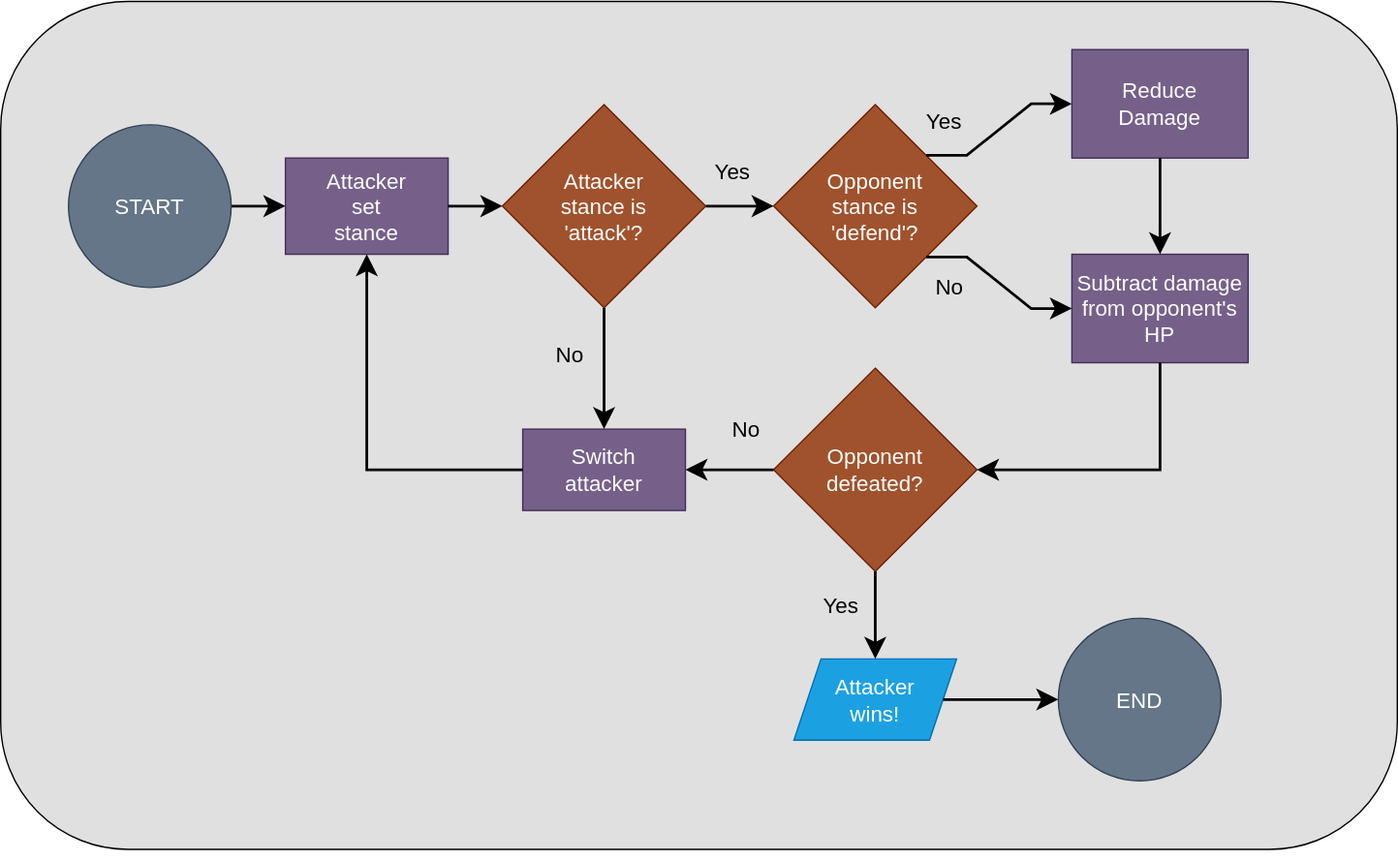
This is practice/unit_4/solutions/exercise_2/flowcharts/exercise_2_3_flowchart.drawio.svg from PdxCodeGuild/Programming102, a draw.io export, as it was before one commit. Source tidied: cells renumbered, new cells last; positions are measured from the earlier drawing's top-left corner, leaving out a move shared by most shapes.
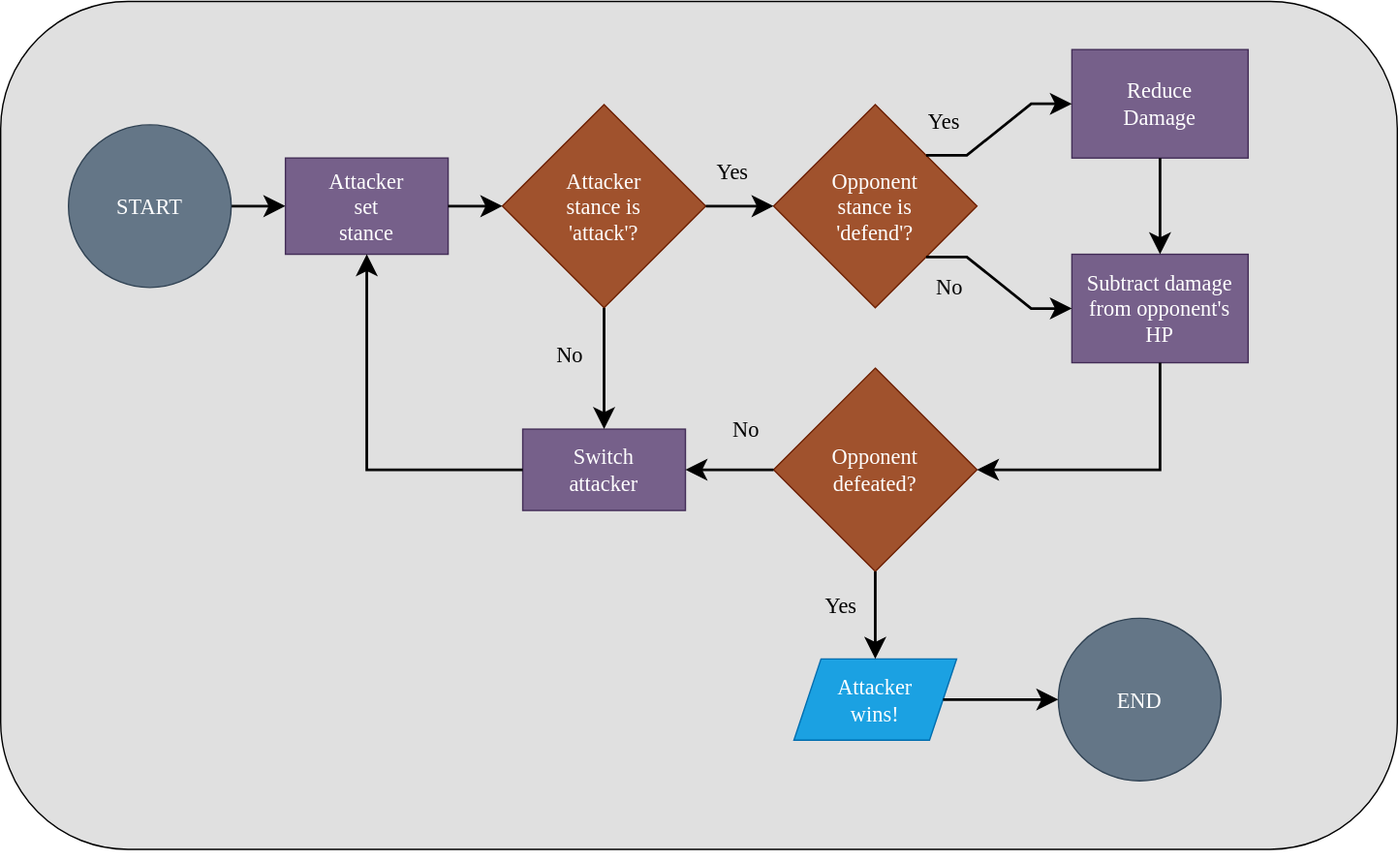
The same file after the commit.

Change to the diagram source:
```diff
@@ -2,94 +2,94 @@
   <root>
     <mxCell id="0" />
     <mxCell id="1" parent="0" />
-    <mxCell id="2" style="rounded=1;whiteSpace=wrap;html=1;fillColor=#E0E0E0;" parent="1" vertex="1">
+    <mxCell id="2" style="rounded=1;whiteSpace=wrap;html=1;fillColor=#E0E0E0;fontFamily=raleway;fontSource=https%3A%2F%2Ffonts.googleapis.com%2Fcss%3Ffamily%3Draleway;" parent="1" vertex="1">
       <mxGeometry y="0.5" width="1030" height="625.5" as="geometry" />
     </mxCell>
-    <mxCell id="3" style="edgeStyle=orthogonalEdgeStyle;rounded=0;jettySize=auto;html=1;fontColor=#000000;strokeColor=#000000;strokeWidth=2;endSize=10;" parent="1" edge="1" source="4" target="5">
+    <mxCell id="3" style="edgeStyle=orthogonalEdgeStyle;rounded=0;jettySize=auto;html=1;fontColor=#000000;strokeColor=#000000;strokeWidth=2;endSize=10;fontFamily=raleway;fontSource=https%3A%2F%2Ffonts.googleapis.com%2Fcss%3Ffamily%3Draleway;" parent="1" edge="1" source="4" target="5">
       <mxGeometry relative="1" as="geometry" />
     </mxCell>
-    <mxCell id="4" value="&lt;font style=&quot;font-size: 16px&quot;&gt;START&lt;/font&gt;" style="ellipse;whiteSpace=wrap;html=1;fillColor=#647687;strokeColor=#314354;fontColor=#ffffff;" parent="1" vertex="1">
+    <mxCell id="4" value="&lt;font style=&quot;font-size: 16px&quot;&gt;START&lt;/font&gt;" style="ellipse;whiteSpace=wrap;html=1;fillColor=#647687;strokeColor=#314354;fontColor=#ffffff;fontFamily=raleway;fontSource=https%3A%2F%2Ffonts.googleapis.com%2Fcss%3Ffamily%3Draleway;" parent="1" vertex="1">
       <mxGeometry x="50" y="91.5" width="120" height="120" as="geometry" />
     </mxCell>
-    <mxCell id="5" value="Attacker&lt;br&gt;set&lt;br&gt;stance" style="rounded=0;whiteSpace=wrap;html=1;fillColor=#76608a;strokeColor=#432D57;fontColor=#ffffff;fontSize=16;" parent="1" vertex="1">
+    <mxCell id="5" value="Attacker&lt;br&gt;set&lt;br&gt;stance" style="rounded=0;whiteSpace=wrap;html=1;fillColor=#76608a;strokeColor=#432D57;fontColor=#ffffff;fontSize=16;fontFamily=raleway;fontSource=https%3A%2F%2Ffonts.googleapis.com%2Fcss%3Ffamily%3Draleway;" parent="1" vertex="1">
       <mxGeometry x="210" y="116" width="120" height="71" as="geometry" />
     </mxCell>
-    <mxCell id="6" value="Attacker&lt;br&gt;stance is &lt;br&gt;'attack'?" style="rhombus;whiteSpace=wrap;html=1;fillColor=#a0522d;strokeColor=#6D1F00;fontColor=#ffffff;fontSize=16;" parent="1" vertex="1">
+    <mxCell id="6" value="Attacker&lt;br&gt;stance is &lt;br&gt;'attack'?" style="rhombus;whiteSpace=wrap;html=1;fillColor=#a0522d;strokeColor=#6D1F00;fontColor=#ffffff;fontSize=16;fontFamily=raleway;fontSource=https%3A%2F%2Ffonts.googleapis.com%2Fcss%3Ffamily%3Draleway;" parent="1" vertex="1">
       <mxGeometry x="370" y="76.5" width="150" height="150" as="geometry" />
     </mxCell>
-    <mxCell id="7" value="Attacker&lt;br&gt;&amp;nbsp;wins!" style="shape=parallelogram;perimeter=parallelogramPerimeter;whiteSpace=wrap;html=1;fixedSize=1;fontSize=16;fillColor=#1ba1e2;strokeColor=#006EAF;fontColor=#ffffff;" parent="1" vertex="1">
+    <mxCell id="7" value="Attacker&lt;br&gt;&amp;nbsp;wins!" style="shape=parallelogram;perimeter=parallelogramPerimeter;whiteSpace=wrap;html=1;fixedSize=1;fontSize=16;fillColor=#1ba1e2;strokeColor=#006EAF;fontColor=#ffffff;fontFamily=raleway;fontSource=https%3A%2F%2Ffonts.googleapis.com%2Fcss%3Ffamily%3Draleway;" parent="1" vertex="1">
       <mxGeometry x="585" y="485.5" width="120" height="60" as="geometry" />
     </mxCell>
-    <mxCell id="8" value="Switch &lt;br&gt;attacker" style="rounded=0;whiteSpace=wrap;html=1;fontSize=16;fillColor=#76608a;strokeColor=#432D57;fontColor=#ffffff;" parent="1" vertex="1">
+    <mxCell id="8" value="Switch &lt;br&gt;attacker" style="rounded=0;whiteSpace=wrap;html=1;fontSize=16;fillColor=#76608a;strokeColor=#432D57;fontColor=#ffffff;fontFamily=raleway;fontSource=https%3A%2F%2Ffonts.googleapis.com%2Fcss%3Ffamily%3Draleway;" parent="1" vertex="1">
       <mxGeometry x="385" y="316" width="120" height="60" as="geometry" />
     </mxCell>
-    <mxCell id="9" value="&lt;font style=&quot;font-size: 16px&quot;&gt;END&lt;/font&gt;" style="ellipse;whiteSpace=wrap;html=1;fillColor=#647687;strokeColor=#314354;fontColor=#ffffff;" parent="1" vertex="1">
+    <mxCell id="9" value="&lt;font style=&quot;font-size: 16px&quot;&gt;END&lt;/font&gt;" style="ellipse;whiteSpace=wrap;html=1;fillColor=#647687;strokeColor=#314354;fontColor=#ffffff;fontFamily=raleway;fontSource=https%3A%2F%2Ffonts.googleapis.com%2Fcss%3Ffamily%3Draleway;" parent="1" vertex="1">
       <mxGeometry x="780" y="455.5" width="120" height="120" as="geometry" />
     </mxCell>
-    <mxCell id="10" style="edgeStyle=orthogonalEdgeStyle;rounded=0;orthogonalLoop=1;jettySize=auto;html=1;exitX=0.5;exitY=1;exitDx=0;exitDy=0;" parent="1" edge="1" source="2" target="2">
+    <mxCell id="10" style="edgeStyle=orthogonalEdgeStyle;rounded=0;orthogonalLoop=1;jettySize=auto;html=1;exitX=0.5;exitY=1;exitDx=0;exitDy=0;fontFamily=raleway;fontSource=https%3A%2F%2Ffonts.googleapis.com%2Fcss%3Ffamily%3Draleway;" parent="1" edge="1" source="2" target="2">
       <mxGeometry relative="1" as="geometry" />
     </mxCell>
-    <mxCell id="11" value="Opponent&lt;br&gt;stance is&lt;br&gt;'defend'?" style="rhombus;whiteSpace=wrap;html=1;fillColor=#a0522d;strokeColor=#6D1F00;fontColor=#ffffff;fontSize=16;" parent="1" vertex="1">
+    <mxCell id="11" value="Opponent&lt;br&gt;stance is&lt;br&gt;'defend'?" style="rhombus;whiteSpace=wrap;html=1;fillColor=#a0522d;strokeColor=#6D1F00;fontColor=#ffffff;fontSize=16;fontFamily=raleway;fontSource=https%3A%2F%2Ffonts.googleapis.com%2Fcss%3Ffamily%3Draleway;" parent="1" vertex="1">
       <mxGeometry x="570" y="76.5" width="150" height="150" as="geometry" />
     </mxCell>
-    <mxCell id="12" value="Yes" style="text;html=1;strokeColor=none;fillColor=none;align=center;verticalAlign=middle;whiteSpace=wrap;rounded=0;fontSize=16;fontColor=#000000;" parent="1" vertex="1">
+    <mxCell id="12" value="Yes" style="text;html=1;strokeColor=none;fillColor=none;align=center;verticalAlign=middle;whiteSpace=wrap;rounded=0;fontSize=16;fontColor=#000000;fontFamily=raleway;fontSource=https%3A%2F%2Ffonts.googleapis.com%2Fcss%3Ffamily%3Draleway;" parent="1" vertex="1">
       <mxGeometry x="600" y="436" width="40" height="20" as="geometry" />
     </mxCell>
-    <mxCell id="13" value="Reduce &lt;br&gt;Damage" style="rounded=0;whiteSpace=wrap;html=1;fillColor=#76608a;strokeColor=#432D57;fontColor=#ffffff;fontSize=16;" parent="1" vertex="1">
+    <mxCell id="13" value="Reduce &lt;br&gt;Damage" style="rounded=0;whiteSpace=wrap;html=1;fillColor=#76608a;strokeColor=#432D57;fontColor=#ffffff;fontSize=16;fontFamily=raleway;fontSource=https%3A%2F%2Ffonts.googleapis.com%2Fcss%3Ffamily%3Draleway;" parent="1" vertex="1">
       <mxGeometry x="790" y="36" width="130" height="80" as="geometry" />
     </mxCell>
-    <mxCell id="14" value="Subtract damage from opponent's HP" style="rounded=0;whiteSpace=wrap;html=1;fillColor=#76608a;strokeColor=#432D57;fontColor=#ffffff;fontSize=16;" parent="1" vertex="1">
+    <mxCell id="14" value="Subtract damage from opponent's HP" style="rounded=0;whiteSpace=wrap;html=1;fillColor=#76608a;strokeColor=#432D57;fontColor=#ffffff;fontSize=16;fontFamily=raleway;fontSource=https%3A%2F%2Ffonts.googleapis.com%2Fcss%3Ffamily%3Draleway;" parent="1" vertex="1">
       <mxGeometry x="790" y="187" width="130" height="80" as="geometry" />
     </mxCell>
-    <mxCell id="15" value="No" style="text;html=1;strokeColor=none;fillColor=none;align=center;verticalAlign=middle;whiteSpace=wrap;rounded=0;fontSize=16;fontColor=#000000;" parent="1" vertex="1">
+    <mxCell id="15" value="No" style="text;html=1;strokeColor=none;fillColor=none;align=center;verticalAlign=middle;whiteSpace=wrap;rounded=0;fontSize=16;fontColor=#000000;fontFamily=raleway;fontSource=https%3A%2F%2Ffonts.googleapis.com%2Fcss%3Ffamily%3Draleway;" parent="1" vertex="1">
       <mxGeometry x="400" y="251" width="40" height="20" as="geometry" />
     </mxCell>
-    <mxCell id="16" value="Opponent&lt;br style=&quot;font-size: 16px&quot;&gt;defeated?" style="rhombus;whiteSpace=wrap;html=1;fillColor=#a0522d;strokeColor=#6D1F00;fontColor=#ffffff;fontSize=16;" parent="1" vertex="1">
+    <mxCell id="16" value="Opponent&lt;br style=&quot;font-size: 16px&quot;&gt;defeated?" style="rhombus;whiteSpace=wrap;html=1;fillColor=#a0522d;strokeColor=#6D1F00;fontColor=#ffffff;fontSize=16;fontFamily=raleway;fontSource=https%3A%2F%2Ffonts.googleapis.com%2Fcss%3Ffamily%3Draleway;" parent="1" vertex="1">
       <mxGeometry x="570" y="271" width="150" height="150" as="geometry" />
     </mxCell>
-    <mxCell id="17" style="edgeStyle=orthogonalEdgeStyle;rounded=0;jettySize=auto;html=1;fontColor=#000000;strokeColor=#000000;strokeWidth=2;endSize=10;entryX=0;entryY=0.5;entryDx=0;entryDy=0;exitX=1;exitY=0.5;exitDx=0;exitDy=0;" parent="1" edge="1" source="6" target="11">
+    <mxCell id="17" style="edgeStyle=orthogonalEdgeStyle;rounded=0;jettySize=auto;html=1;fontColor=#000000;strokeColor=#000000;strokeWidth=2;endSize=10;entryX=0;entryY=0.5;entryDx=0;entryDy=0;exitX=1;exitY=0.5;exitDx=0;exitDy=0;fontFamily=raleway;fontSource=https%3A%2F%2Ffonts.googleapis.com%2Fcss%3Ffamily%3Draleway;" parent="1" edge="1" source="6" target="11">
       <mxGeometry relative="1" as="geometry" />
     </mxCell>
-    <mxCell id="18" style="edgeStyle=orthogonalEdgeStyle;rounded=0;jettySize=auto;html=1;fontColor=#000000;strokeColor=#000000;strokeWidth=2;endSize=10;exitX=0;exitY=0.5;exitDx=0;exitDy=0;entryX=0.5;entryY=1;entryDx=0;entryDy=0;" parent="1" edge="1" source="8" target="5">
+    <mxCell id="18" style="edgeStyle=orthogonalEdgeStyle;rounded=0;jettySize=auto;html=1;fontColor=#000000;strokeColor=#000000;strokeWidth=2;endSize=10;exitX=0;exitY=0.5;exitDx=0;exitDy=0;entryX=0.5;entryY=1;entryDx=0;entryDy=0;fontFamily=raleway;fontSource=https%3A%2F%2Ffonts.googleapis.com%2Fcss%3Ffamily%3Draleway;" parent="1" edge="1" source="8" target="5">
       <mxGeometry relative="1" as="geometry" />
     </mxCell>
-    <mxCell id="19" style="edgeStyle=orthogonalEdgeStyle;rounded=0;jettySize=auto;html=1;fontColor=#000000;strokeColor=#000000;strokeWidth=2;endSize=10;entryX=0;entryY=0.5;entryDx=0;entryDy=0;exitX=1;exitY=0.5;exitDx=0;exitDy=0;" parent="1" edge="1" source="5" target="6">
+    <mxCell id="19" style="edgeStyle=orthogonalEdgeStyle;rounded=0;jettySize=auto;html=1;fontColor=#000000;strokeColor=#000000;strokeWidth=2;endSize=10;entryX=0;entryY=0.5;entryDx=0;entryDy=0;exitX=1;exitY=0.5;exitDx=0;exitDy=0;fontFamily=raleway;fontSource=https%3A%2F%2Ffonts.googleapis.com%2Fcss%3Ffamily%3Draleway;" parent="1" edge="1" source="5" target="6">
       <mxGeometry relative="1" as="geometry" />
     </mxCell>
-    <mxCell id="20" style="edgeStyle=orthogonalEdgeStyle;rounded=0;jettySize=auto;html=1;fontColor=#000000;strokeColor=#000000;strokeWidth=2;endSize=10;exitX=0;exitY=0.5;exitDx=0;exitDy=0;" parent="1" edge="1" source="16" target="8">
+    <mxCell id="20" style="edgeStyle=orthogonalEdgeStyle;rounded=0;jettySize=auto;html=1;fontColor=#000000;strokeColor=#000000;strokeWidth=2;endSize=10;exitX=0;exitY=0.5;exitDx=0;exitDy=0;fontFamily=raleway;fontSource=https%3A%2F%2Ffonts.googleapis.com%2Fcss%3Ffamily%3Draleway;" parent="1" edge="1" source="16" target="8">
       <mxGeometry relative="1" as="geometry" />
     </mxCell>
-    <mxCell id="21" style="edgeStyle=orthogonalEdgeStyle;rounded=0;jettySize=auto;html=1;fontColor=#000000;strokeColor=#000000;strokeWidth=2;endSize=10;entryX=0.5;entryY=0;entryDx=0;entryDy=0;exitX=0.5;exitY=1;exitDx=0;exitDy=0;" parent="1" edge="1" source="16" target="7">
+    <mxCell id="21" style="edgeStyle=orthogonalEdgeStyle;rounded=0;jettySize=auto;html=1;fontColor=#000000;strokeColor=#000000;strokeWidth=2;endSize=10;entryX=0.5;entryY=0;entryDx=0;entryDy=0;exitX=0.5;exitY=1;exitDx=0;exitDy=0;fontFamily=raleway;fontSource=https%3A%2F%2Ffonts.googleapis.com%2Fcss%3Ffamily%3Draleway;" parent="1" edge="1" source="16" target="7">
       <mxGeometry relative="1" as="geometry" />
     </mxCell>
-    <mxCell id="22" style="edgeStyle=entityRelationEdgeStyle;rounded=0;jettySize=auto;html=1;fontColor=#000000;strokeColor=#000000;strokeWidth=2;endSize=10;entryX=0;entryY=0.5;entryDx=0;entryDy=0;exitX=1;exitY=0;exitDx=0;exitDy=0;" parent="1" edge="1" source="11" target="13">
+    <mxCell id="22" style="edgeStyle=entityRelationEdgeStyle;rounded=0;jettySize=auto;html=1;fontColor=#000000;strokeColor=#000000;strokeWidth=2;endSize=10;entryX=0;entryY=0.5;entryDx=0;entryDy=0;exitX=1;exitY=0;exitDx=0;exitDy=0;fontFamily=raleway;fontSource=https%3A%2F%2Ffonts.googleapis.com%2Fcss%3Ffamily%3Draleway;" parent="1" edge="1" source="11" target="13">
       <mxGeometry relative="1" as="geometry" />
     </mxCell>
-    <mxCell id="23" style="edgeStyle=orthogonalEdgeStyle;rounded=0;jettySize=auto;html=1;fontColor=#000000;strokeColor=#000000;strokeWidth=2;endSize=10;entryX=0;entryY=0.5;entryDx=0;entryDy=0;exitX=1;exitY=0.5;exitDx=0;exitDy=0;" parent="1" edge="1" source="7" target="9">
+    <mxCell id="23" style="edgeStyle=orthogonalEdgeStyle;rounded=0;jettySize=auto;html=1;fontColor=#000000;strokeColor=#000000;strokeWidth=2;endSize=10;entryX=0;entryY=0.5;entryDx=0;entryDy=0;exitX=1;exitY=0.5;exitDx=0;exitDy=0;fontFamily=raleway;fontSource=https%3A%2F%2Ffonts.googleapis.com%2Fcss%3Ffamily%3Draleway;" parent="1" edge="1" source="7" target="9">
       <mxGeometry relative="1" as="geometry" />
     </mxCell>
-    <mxCell id="24" style="edgeStyle=orthogonalEdgeStyle;rounded=0;jettySize=auto;html=1;fontColor=#000000;strokeColor=#000000;strokeWidth=2;endSize=10;entryX=0.5;entryY=0;entryDx=0;entryDy=0;exitX=0.5;exitY=1;exitDx=0;exitDy=0;" parent="1" edge="1" source="6" target="8">
+    <mxCell id="24" style="edgeStyle=orthogonalEdgeStyle;rounded=0;jettySize=auto;html=1;fontColor=#000000;strokeColor=#000000;strokeWidth=2;endSize=10;entryX=0.5;entryY=0;entryDx=0;entryDy=0;exitX=0.5;exitY=1;exitDx=0;exitDy=0;fontFamily=raleway;fontSource=https%3A%2F%2Ffonts.googleapis.com%2Fcss%3Ffamily%3Draleway;" parent="1" edge="1" source="6" target="8">
       <mxGeometry relative="1" as="geometry" />
     </mxCell>
-    <mxCell id="25" style="edgeStyle=orthogonalEdgeStyle;rounded=0;jettySize=auto;html=1;fontColor=#000000;strokeColor=#000000;strokeWidth=2;endSize=10;entryX=0.5;entryY=0;entryDx=0;entryDy=0;exitX=0.5;exitY=1;exitDx=0;exitDy=0;" parent="1" edge="1" source="13" target="14">
+    <mxCell id="25" style="edgeStyle=orthogonalEdgeStyle;rounded=0;jettySize=auto;html=1;fontColor=#000000;strokeColor=#000000;strokeWidth=2;endSize=10;entryX=0.5;entryY=0;entryDx=0;entryDy=0;exitX=0.5;exitY=1;exitDx=0;exitDy=0;fontFamily=raleway;fontSource=https%3A%2F%2Ffonts.googleapis.com%2Fcss%3Ffamily%3Draleway;" parent="1" edge="1" source="13" target="14">
       <mxGeometry relative="1" as="geometry" />
     </mxCell>
-    <mxCell id="26" value="Yes" style="text;html=1;strokeColor=none;fillColor=none;align=center;verticalAlign=middle;whiteSpace=wrap;rounded=0;fontSize=16;fontColor=#000000;" parent="1" vertex="1">
+    <mxCell id="26" value="Yes" style="text;html=1;strokeColor=none;fillColor=none;align=center;verticalAlign=middle;whiteSpace=wrap;rounded=0;fontSize=16;fontColor=#000000;fontFamily=raleway;fontSource=https%3A%2F%2Ffonts.googleapis.com%2Fcss%3Ffamily%3Draleway;" parent="1" vertex="1">
       <mxGeometry x="676" y="79" width="40" height="20" as="geometry" />
     </mxCell>
-    <mxCell id="27" value="Yes" style="text;html=1;strokeColor=none;fillColor=none;align=center;verticalAlign=middle;whiteSpace=wrap;rounded=0;fontSize=16;fontColor=#000000;" parent="1" vertex="1">
+    <mxCell id="27" value="Yes" style="text;html=1;strokeColor=none;fillColor=none;align=center;verticalAlign=middle;whiteSpace=wrap;rounded=0;fontSize=16;fontColor=#000000;fontFamily=raleway;fontSource=https%3A%2F%2Ffonts.googleapis.com%2Fcss%3Ffamily%3Draleway;" parent="1" vertex="1">
       <mxGeometry x="520" y="116" width="40" height="20" as="geometry" />
     </mxCell>
-    <mxCell id="28" style="rounded=0;jettySize=auto;html=1;fontColor=#000000;strokeColor=#000000;strokeWidth=2;endSize=10;entryX=0;entryY=0.5;entryDx=0;entryDy=0;exitX=1;exitY=1;exitDx=0;exitDy=0;edgeStyle=entityRelationEdgeStyle;" parent="1" edge="1" source="11" target="14">
+    <mxCell id="28" style="rounded=0;jettySize=auto;html=1;fontColor=#000000;strokeColor=#000000;strokeWidth=2;endSize=10;entryX=0;entryY=0.5;entryDx=0;entryDy=0;exitX=1;exitY=1;exitDx=0;exitDy=0;edgeStyle=entityRelationEdgeStyle;fontFamily=raleway;fontSource=https%3A%2F%2Ffonts.googleapis.com%2Fcss%3Ffamily%3Draleway;" parent="1" edge="1" source="11" target="14">
       <mxGeometry relative="1" as="geometry" />
     </mxCell>
-    <mxCell id="29" style="edgeStyle=orthogonalEdgeStyle;rounded=0;jettySize=auto;html=1;fontColor=#000000;strokeColor=#000000;strokeWidth=2;endSize=10;entryX=1;entryY=0.5;entryDx=0;entryDy=0;exitX=0.5;exitY=1;exitDx=0;exitDy=0;" parent="1" edge="1" source="14" target="16">
+    <mxCell id="29" style="edgeStyle=orthogonalEdgeStyle;rounded=0;jettySize=auto;html=1;fontColor=#000000;strokeColor=#000000;strokeWidth=2;endSize=10;entryX=1;entryY=0.5;entryDx=0;entryDy=0;exitX=0.5;exitY=1;exitDx=0;exitDy=0;fontFamily=raleway;fontSource=https%3A%2F%2Ffonts.googleapis.com%2Fcss%3Ffamily%3Draleway;" parent="1" edge="1" source="14" target="16">
       <mxGeometry relative="1" as="geometry" />
     </mxCell>
-    <mxCell id="30" value="No" style="text;html=1;strokeColor=none;fillColor=none;align=center;verticalAlign=middle;whiteSpace=wrap;rounded=0;fontSize=16;fontColor=#000000;" parent="1" vertex="1">
+    <mxCell id="30" value="No" style="text;html=1;strokeColor=none;fillColor=none;align=center;verticalAlign=middle;whiteSpace=wrap;rounded=0;fontSize=16;fontColor=#000000;fontFamily=raleway;fontSource=https%3A%2F%2Ffonts.googleapis.com%2Fcss%3Ffamily%3Draleway;" parent="1" vertex="1">
       <mxGeometry x="680" y="200.5" width="40" height="20" as="geometry" />
     </mxCell>
-    <mxCell id="31" value="No" style="text;html=1;strokeColor=none;fillColor=none;align=center;verticalAlign=middle;whiteSpace=wrap;rounded=0;fontSize=16;fontColor=#000000;" parent="1" vertex="1">
+    <mxCell id="31" value="No" style="text;html=1;strokeColor=none;fillColor=none;align=center;verticalAlign=middle;whiteSpace=wrap;rounded=0;fontSize=16;fontColor=#000000;fontFamily=raleway;fontSource=https%3A%2F%2Ffonts.googleapis.com%2Fcss%3Ffamily%3Draleway;" parent="1" vertex="1">
       <mxGeometry x="530" y="306" width="40" height="20" as="geometry" />
     </mxCell>
   </root>
```
